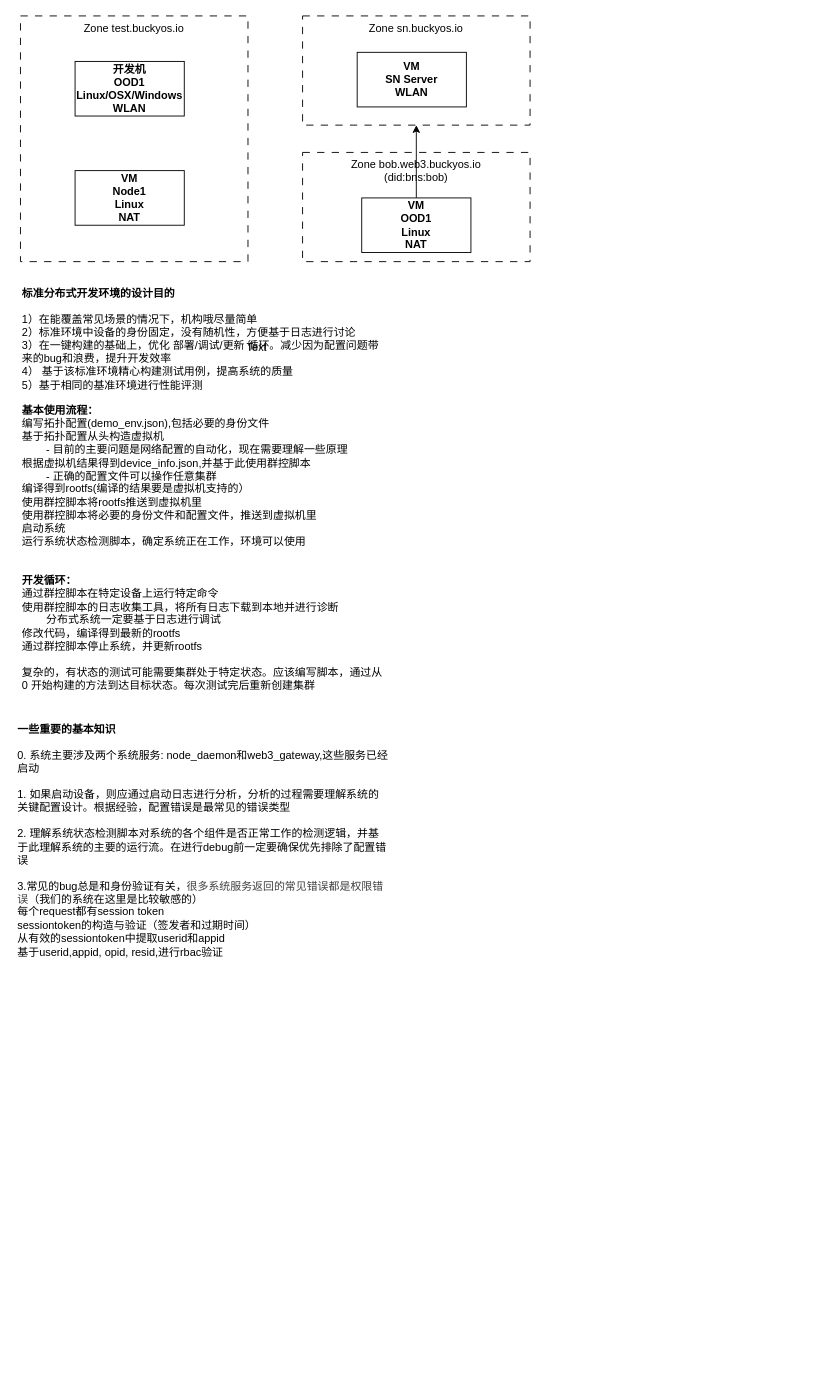
Earlier version of the draw.io diagram page "标准分布式开发环境" (3 of 4) of doc/start dev.drawio (buckyos/buckyos). Source tidied: cells renumbered, new cells numbered last; positions are measured from the earlier drawing's top-left corner, leaving out a move shared by most shapes. Both pictures are drawn from the tidied source at 91%, with x=0, y=0 at pixel (15, 15).
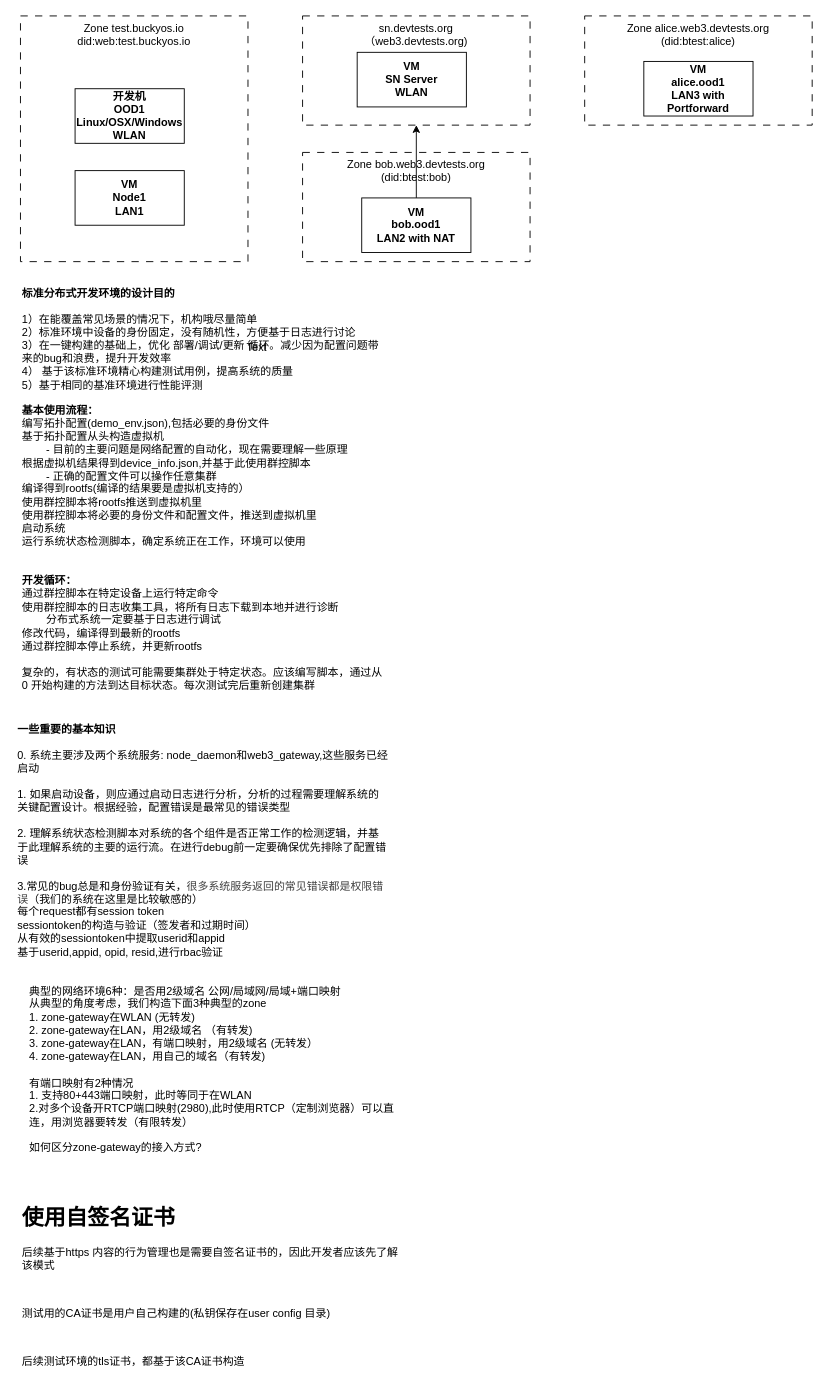
After the change.

The edit, as a diff of the source:
```diff
@@
 <mxGraphModel>
   <root>
     <mxCell id="0" />
     <mxCell id="1" parent="0" />
-    <mxCell id="2" value="Zone test.buckyos.io" style="rounded=0;whiteSpace=wrap;html=1;dashed=1;dashPattern=8 8;verticalAlign=top;fillColor=none;" parent="1" vertex="1">
+    <mxCell id="2" value="Zone test.buckyos.io&lt;div&gt;did:web:test.buckyos.io&lt;/div&gt;" style="rounded=0;whiteSpace=wrap;html=1;dashed=1;dashPattern=8 8;verticalAlign=top;fillColor=none;" parent="1" vertex="1">
       <mxGeometry x="5" width="250" height="270" as="geometry" />
     </mxCell>
     <mxCell id="3" value="开发机&lt;div&gt;OOD1&lt;/div&gt;&lt;div&gt;Linux/OSX/Windows&lt;/div&gt;&lt;div&gt;WLAN&lt;/div&gt;" style="rounded=0;whiteSpace=wrap;html=1;fontStyle=1;" parent="1" vertex="1">
-      <mxGeometry x="65" y="50" width="120" height="60" as="geometry" />
+      <mxGeometry x="65" y="80" width="120" height="60" as="geometry" />
     </mxCell>
-    <mxCell id="4" value="VM&lt;br&gt;&lt;div&gt;Node1&lt;/div&gt;&lt;div&gt;Linux&lt;/div&gt;&lt;div&gt;NAT&lt;/div&gt;" style="rounded=0;whiteSpace=wrap;html=1;fontStyle=1;" parent="1" vertex="1">
+    <mxCell id="4" value="VM&lt;br&gt;&lt;div&gt;Node1&lt;/div&gt;&lt;div&gt;LAN1&lt;/div&gt;" style="rounded=0;whiteSpace=wrap;html=1;fontStyle=1;" parent="1" vertex="1">
       <mxGeometry x="65" y="170" width="120" height="60" as="geometry" />
     </mxCell>
-    <mxCell id="5" value="Zone sn.buckyos.io" style="rounded=0;whiteSpace=wrap;html=1;dashed=1;dashPattern=8 8;verticalAlign=top;fillColor=none;" parent="1" vertex="1">
+    <mxCell id="5" value="sn.devtests.org&lt;div&gt;（web3.devtests.org)&lt;/div&gt;" style="rounded=0;whiteSpace=wrap;html=1;dashed=1;dashPattern=8 8;verticalAlign=top;fillColor=none;" parent="1" vertex="1">
       <mxGeometry x="315" width="250" height="120" as="geometry" />
     </mxCell>
     <mxCell id="6" value="VM&lt;br&gt;&lt;div&gt;SN Server&lt;/div&gt;&lt;div&gt;WLAN&lt;/div&gt;" style="rounded=0;whiteSpace=wrap;html=1;fontStyle=1;" parent="1" vertex="1">
       <mxGeometry x="375" y="40" width="120" height="60" as="geometry" />
     </mxCell>
-    <mxCell id="7" value="Zone bob.web3.buckyos.io&lt;div&gt;(did:bns:bob)&lt;/div&gt;" style="rounded=0;whiteSpace=wrap;html=1;dashed=1;dashPattern=8 8;verticalAlign=top;fillColor=none;" parent="1" vertex="1">
+    <mxCell id="7" value="Zone bob.web3.devtests.org&lt;div&gt;(did:btest:bob)&lt;/div&gt;" style="rounded=0;whiteSpace=wrap;html=1;dashed=1;dashPattern=8 8;verticalAlign=top;fillColor=none;" parent="1" vertex="1">
       <mxGeometry x="315" y="150" width="250" height="120" as="geometry" />
     </mxCell>
     <mxCell id="8" style="edgeStyle=none;html=1;exitX=0.5;exitY=0;exitDx=0;exitDy=0;entryX=0.5;entryY=1;entryDx=0;entryDy=0;" parent="1" edge="1" source="9" target="5">
       <mxGeometry relative="1" as="geometry" />
     </mxCell>
-    <mxCell id="9" value="VM&lt;br&gt;&lt;div&gt;OOD1&lt;/div&gt;&lt;div&gt;Linux&lt;/div&gt;&lt;div&gt;NAT&lt;/div&gt;" style="rounded=0;whiteSpace=wrap;html=1;fontStyle=1;" parent="1" vertex="1">
+    <mxCell id="9" value="VM&lt;br&gt;&lt;div&gt;bob.ood1&lt;/div&gt;&lt;div&gt;LAN2 with NAT&lt;/div&gt;" style="rounded=0;whiteSpace=wrap;html=1;fontStyle=1;" parent="1" vertex="1">
       <mxGeometry x="380" y="200" width="120" height="60" as="geometry" />
     </mxCell>
     <mxCell id="10" value="&lt;b&gt;标准分布式开发环境的设计目的&lt;/b&gt;&lt;div&gt;&lt;br&gt;&lt;/div&gt;&lt;div&gt;1）在能覆盖常见场景的情况下，机构哦尽量简单&lt;/div&gt;&lt;div&gt;2）标准环境中设备的身份固定，没有随机性，方便基于日志进行讨论&lt;/div&gt;&lt;div&gt;3）在一键构建的基础上，优化 部署/调试/更新 循环。减少因为配置问题带来的bug和浪费，提升开发效率&lt;/div&gt;&lt;div&gt;4） 基于该标准环境精心构建测试用例，提高系统的质量&lt;/div&gt;&lt;div&gt;5）基于相同的基准环境进行性能评测&lt;/div&gt;" style="text;html=1;align=left;verticalAlign=middle;whiteSpace=wrap;rounded=0;" parent="1" vertex="1">
       <mxGeometry x="5" y="280" width="400" height="150" as="geometry" />
     </mxCell>
     <mxCell id="11" value="Text" style="text;html=1;align=center;verticalAlign=middle;whiteSpace=wrap;rounded=0;" parent="1" vertex="1">
       <mxGeometry x="235" y="350" width="60" height="30" as="geometry" />
     </mxCell>
     <mxCell id="12" value="&lt;div&gt;&lt;span style=&quot;background-color: transparent;&quot;&gt;&lt;b&gt;基本使用流程：&lt;/b&gt;&lt;/span&gt;&lt;/div&gt;&lt;div&gt;编写拓扑配置(demo_env.json),包括必要的身份文件&lt;/div&gt;&lt;div&gt;基于拓扑配置从头构造虚拟机&lt;/div&gt;&lt;div&gt;&lt;span style=&quot;white-space: pre;&quot;&gt;&#9;&lt;/span&gt;- 目前的主要问题是网络配置的自动化，现在需要理解一些原理&lt;br&gt;&lt;/div&gt;&lt;div&gt;根据虚拟机结果得到device_info.json,并基于此使用群控脚本&lt;/div&gt;&lt;div&gt;&lt;span style=&quot;white-space: pre;&quot;&gt;&#9;&lt;/span&gt;- 正确的配置文件可以操作任意集群&lt;br&gt;&lt;/div&gt;&lt;div&gt;编译得到rootfs(编译的结果要是虚拟机支持的）&lt;/div&gt;&lt;div&gt;使用群控脚本将rootfs推送到虚拟机里&lt;/div&gt;&lt;div&gt;使用群控脚本将必要的身份文件和配置文件，推送到虚拟机里&lt;/div&gt;&lt;div&gt;启动系统&lt;/div&gt;&lt;div&gt;运行系统状态检测脚本，确定系统正在工作，环境可以使用&lt;/div&gt;&lt;div&gt;&lt;br&gt;&lt;/div&gt;&lt;div&gt;&lt;br&gt;&lt;/div&gt;&lt;div&gt;&lt;b&gt;开发循环：&lt;/b&gt;&lt;/div&gt;&lt;div&gt;通过群控脚本在特定设备上运行特定命令&lt;/div&gt;&lt;div&gt;使用群控脚本的日志收集工具，将所有日志下载到本地并进行诊断&lt;/div&gt;&lt;div&gt;&lt;span style=&quot;white-space: pre;&quot;&gt;&#9;&lt;/span&gt;分布式系统一定要基于日志进行调试&lt;br&gt;&lt;/div&gt;&lt;div&gt;修改代码，编译得到最新的rootfs&lt;/div&gt;&lt;div&gt;通过群控脚本停止系统，并更新rootfs&lt;/div&gt;&lt;div&gt;&lt;br&gt;&lt;/div&gt;&lt;div&gt;复杂的，有状态的测试可能需要集群处于特定状态。应该编写脚本，通过从0 开始构建的方法到达目标状态。每次测试完后重新创建集群&lt;/div&gt;" style="text;html=1;align=left;verticalAlign=top;whiteSpace=wrap;rounded=0;" parent="1" vertex="1">
       <mxGeometry x="5" y="420" width="400" height="350" as="geometry" />
     </mxCell>
     <mxCell id="13" value="&lt;b&gt;一些重要的基本知识&lt;/b&gt;&lt;div&gt;&lt;font color=&quot;#000000&quot;&gt;&lt;br&gt;&lt;/font&gt;&lt;/div&gt;&lt;div&gt;&lt;font color=&quot;#000000&quot;&gt;0. 系统主要涉及两个系统服务: node_daemon和web3_gateway,这些服务已经启动&lt;/font&gt;&lt;/div&gt;&lt;div&gt;&lt;font color=&quot;#000000&quot;&gt;&lt;br&gt;&lt;/font&gt;&lt;div&gt;1. 如果启动设备，则应通过启动日志进行分析，分析的过程需要理解系统的关键配置设计。根据经验，配置错误是最常见的错误类型&lt;/div&gt;&lt;/div&gt;&lt;div&gt;&lt;br&gt;&lt;/div&gt;&lt;div&gt;2. 理解系统状态检测脚本对系统的各个组件是否正常工作的检测逻辑，并基于此理解系统的主要的运行流。在进行debug前一定要确保优先排除了配置错误&lt;/div&gt;&lt;div&gt;&lt;br&gt;&lt;/div&gt;&lt;div&gt;3.常见的bug总是和身份验证有关，&lt;span style=&quot;color: rgb(63, 63, 63); background-color: transparent;&quot;&gt;很多系统服务返回的常见错误都是权限错误&lt;/span&gt;&lt;span style=&quot;background-color: transparent;&quot;&gt;（我们的系统在这里是比较敏感的）&lt;/span&gt;&lt;/div&gt;&lt;div&gt;&lt;span style=&quot;background-color: transparent;&quot;&gt;每个request都有session token&lt;/span&gt;&lt;/div&gt;&lt;div&gt;&lt;span style=&quot;background-color: transparent;&quot;&gt;sessiontoken的构造与验证（签发者和过期时间）&lt;/span&gt;&lt;/div&gt;&lt;div&gt;从有效的sessiontoken中提取userid和appid&lt;/div&gt;&lt;div&gt;基于userid,appid, opid, resid,进行rbac验证&amp;nbsp;&lt;/div&gt;" style="text;html=1;align=left;verticalAlign=top;whiteSpace=wrap;rounded=0;" parent="1" vertex="1">
       <mxGeometry y="770" width="410" height="310" as="geometry" />
     </mxCell>
+    <mxCell id="14" value="典型的网络环境6种：是否用2级域名 公网/局域网/局域+端口映射&amp;nbsp;&lt;div&gt;从典型的角度考虑，我们构造下面3种典型的zone&lt;/div&gt;&lt;div&gt;1. zone-gateway在WLAN (无转发)&lt;/div&gt;&lt;div&gt;2. zone-gateway在LAN，用2级域名 （有转发)&lt;/div&gt;&lt;div&gt;3. zone-gateway在LAN，有端口映射，用2级域名 (无转发）&lt;/div&gt;&lt;div&gt;4. zone-gateway在LAN，用自己的域名（有转发)&lt;/div&gt;&lt;div&gt;&lt;br&gt;&lt;/div&gt;&lt;div&gt;有端口映射有2种情况&lt;/div&gt;&lt;div&gt;1. 支持80+443端口映射，此时等同于在WLAN&lt;/div&gt;&lt;div&gt;2.对多个设备开RTCP端口映射(2980),此时使用RTCP（定制浏览器）可以直连，用浏览器要转发（有限转发）&lt;/div&gt;&lt;div&gt;&lt;br&gt;&lt;/div&gt;&lt;div&gt;如何区分zone-gateway的接入方式?&lt;/div&gt;&lt;div&gt;&lt;br&gt;&lt;/div&gt;" style="text;html=1;align=left;verticalAlign=middle;whiteSpace=wrap;rounded=0;" parent="1" vertex="1">
+      <mxGeometry x="12.5" y="1060" width="410" height="210" as="geometry" />
+    </mxCell>
+    <mxCell id="15" value="Zone alice.web3.devtests.org&lt;div&gt;(did:btest:alice)&lt;/div&gt;" style="rounded=0;whiteSpace=wrap;html=1;dashed=1;dashPattern=8 8;verticalAlign=top;fillColor=none;" parent="1" vertex="1">
+      <mxGeometry x="625" width="250" height="120" as="geometry" />
+    </mxCell>
+    <mxCell id="16" value="VM&lt;div&gt;&lt;font color=&quot;#000000&quot;&gt;alice.ood1&lt;br&gt;&lt;/font&gt;&lt;div&gt;LAN3 with Portforward&lt;/div&gt;&lt;/div&gt;" style="rounded=0;whiteSpace=wrap;html=1;fontStyle=1;" parent="1" vertex="1">
+      <mxGeometry x="690" y="50" width="120" height="60" as="geometry" />
+    </mxCell>
+    <mxCell id="17" value="&lt;h1 style=&quot;margin-top: 0px;&quot;&gt;使用自签名证书&lt;/h1&gt;&lt;p&gt;后续基于https 内容的行为管理也是需要自签名证书的，因此开发者应该先了解该模式&lt;/p&gt;&lt;p&gt;&lt;br&gt;&lt;/p&gt;&lt;p&gt;测试用的CA证书是用户自己构建的(私钥保存在user config 目录)&lt;/p&gt;&lt;p&gt;&lt;br&gt;&lt;/p&gt;&lt;p&gt;后续测试环境的tls证书，都基于该CA证书构造&lt;/p&gt;&lt;p&gt;&lt;br&gt;&lt;/p&gt;&lt;p&gt;&lt;br&gt;&lt;/p&gt;&lt;p&gt;&lt;br&gt;&lt;/p&gt;&lt;p&gt;&lt;br&gt;&lt;/p&gt;" style="text;html=1;whiteSpace=wrap;overflow=hidden;rounded=0;" parent="1" vertex="1">
+      <mxGeometry x="5" y="1300" width="425" height="200" as="geometry" />
+    </mxCell>
   </root>
 </mxGraphModel>
```
